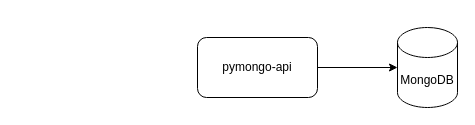
Earlier version of the draw.io diagram page "Исходная схема" (1 of 4) of task1.drawio (Laborant90/architecture-sprint-2). Source tidied: cells renumbered, new cells numbered last; positions are measured from the earlier drawing's top-left corner, leaving out a move shared by most shapes. Both pictures are drawn from the tidied source at 100%, with x=0, y=0 at pixel (197, 27).
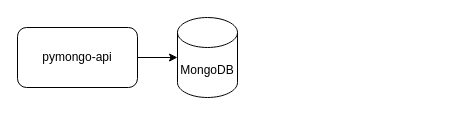
The same diagram, later.

The edit, as a diff of the source:
```diff
@@
 <mxGraphModel>
   <root>
     <mxCell id="0" />
     <mxCell id="1" parent="0" />
     <mxCell id="2" value="MongoDB" style="shape=cylinder3;whiteSpace=wrap;html=1;boundedLbl=1;backgroundOutline=1;size=15;" parent="1" vertex="1">
-      <mxGeometry x="200" width="60" height="80" as="geometry" />
+      <mxGeometry x="-20" y="-10" width="60" height="80" as="geometry" />
     </mxCell>
     <mxCell id="3" value="pymongo-api" style="rounded=1;whiteSpace=wrap;html=1;" parent="1" vertex="1">
-      <mxGeometry y="10" width="120" height="60" as="geometry" />
+      <mxGeometry x="-180" width="120" height="60" as="geometry" />
     </mxCell>
-    <mxCell id="4" style="edgeStyle=orthogonalEdgeStyle;rounded=0;jettySize=auto;html=1;exitX=1;exitY=0.5;exitDx=0;exitDy=0;entryX=0;entryY=0.5;entryDx=0;entryDy=0;entryPerimeter=0;" parent="1" edge="1" source="3" target="2">
-      <mxGeometry relative="1" as="geometry" />
-    </mxCell>
+    <mxCell id="5" style="endArrow=classic;html=1;rounded=0;exitX=1;exitY=0.5;exitDx=0;exitDy=0;" parent="1" edge="1" source="3">
+      <mxGeometry relative="1" as="geometry">
+        <mxPoint x="-20" y="30" as="targetPoint" />
+      </mxGeometry>
+    </mxCell>
   </root>
 </mxGraphModel>
```
